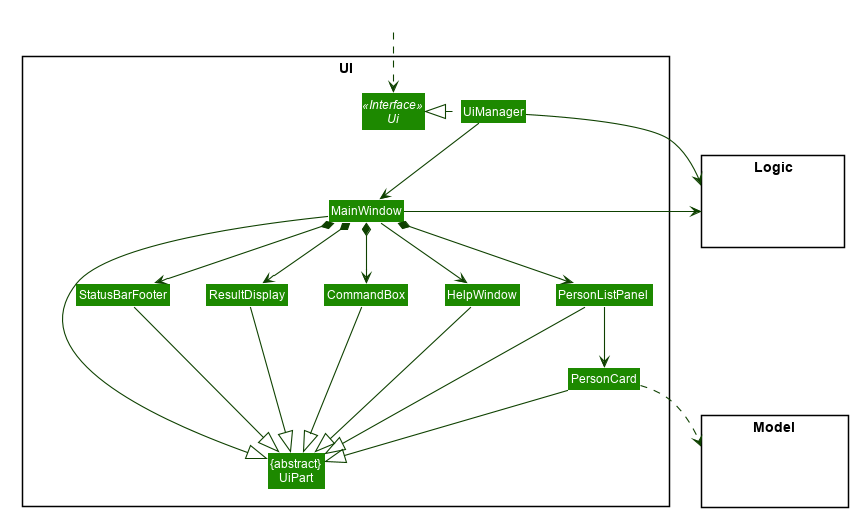
This is docs/images/UiClassDiagram.png from wyt-sonia/main, a PlantUML export, as it was before one commit.
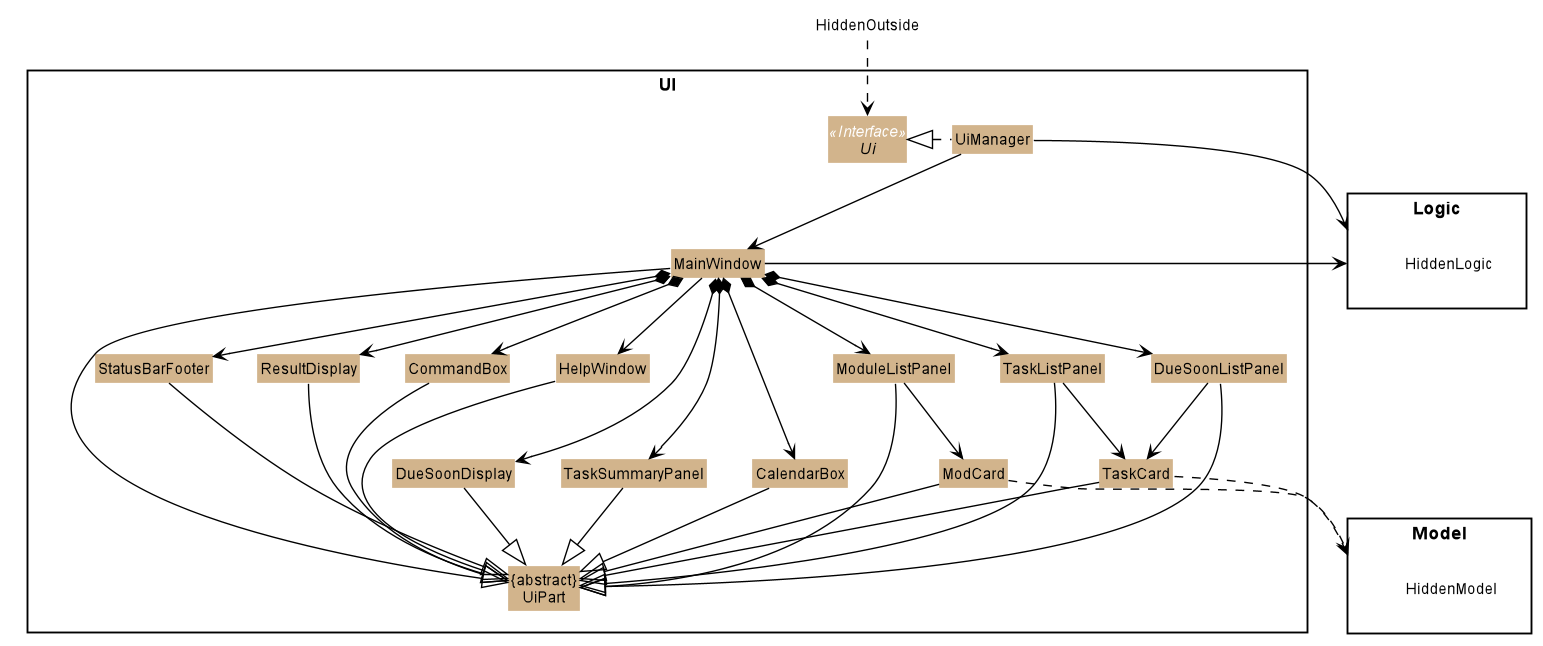
After the commit.

Change to the diagram source:
```diff
@@ -12,7 +12,7 @@
 skinparam Shadowing false
 
 skinparam Class {
-    FontColor #FFFFFF
+    FontColor #000000
     BorderThickness 1
     BorderColor #FFFFFF
     StereotypeFontColor #FFFFFF
@@ -29,12 +29,12 @@
     MessageAlign center
     BoxFontSize 15
     BoxPadding 0
-    BoxFontColor #FFFFFF
+    BoxFontColor #000000
     FontName Arial
 }
 
 skinparam Participant {
-    FontColor #FFFFFFF
+    FontColor #000000
     Padding 20
 }
 
@@ -48,8 +48,8 @@
 hide members
 hide circle
 skinparam arrowThickness 1.1
-skinparam arrowColor #0E4100
-skinparam classBackgroundColor #1D8900
+skinparam arrowColor #000000
+skinparam classBackgroundColor #D2B48C
 
 package UI <<Rectangle>>{
 Interface Ui <<Interface>>
@@ -57,11 +57,17 @@
 Class UiManager
 Class MainWindow
 Class HelpWindow
+Class ModCard
+Class TaskCard
 Class ResultDisplay
-Class PersonListPanel
-Class PersonCard
+Class DueSoonDisplay
+Class TaskSummaryPanel
+Class DueSoonListPanel
+Class ModuleListPanel
+Class TaskListPanel
+Class CalendarBox
+Class CommandBox
 Class StatusBarFooter
-Class CommandBox
 }
 
 package Model <<Rectangle>> {
@@ -79,26 +85,41 @@
 UiManager -down-> MainWindow
 MainWindow --> HelpWindow
 MainWindow *-down-> CommandBox
+MainWindow *-down-> TaskSummaryPanel
+MainWindow *-down-> DueSoonListPanel
+MainWindow *-down-> CalendarBox
+MainWindow *-down-> ModuleListPanel
 MainWindow *-down-> ResultDisplay
-MainWindow *-down-> PersonListPanel
+MainWindow *-down-> TaskListPanel
 MainWindow *-down-> StatusBarFooter
+MainWindow *-down-> DueSoonDisplay
 
-PersonListPanel -down-> PersonCard
+TaskListPanel -down-> TaskCard
+DueSoonListPanel -down-> TaskCard
+ModuleListPanel -down-> ModCard
+
 
 MainWindow -left-|> UiPart
 
 ResultDisplay --|> UiPart
+DueSoonDisplay --|> UiPart
+TaskSummaryPanel --|> UiPart
+ModuleListPanel --|> UiPart
+CalendarBox --|> UiPart
+DueSoonListPanel --|> UiPart
 CommandBox --|> UiPart
-PersonListPanel --|> UiPart
-PersonCard --|> UiPart
+TaskListPanel --|> UiPart
+TaskCard --|> UiPart
+ModCard --|> UiPart
 StatusBarFooter --|> UiPart
 HelpWindow -down-|> UiPart
 
-PersonCard ..> Model
+TaskCard ..> Model
+ModCard ..> Model
 UiManager -right-> Logic
 MainWindow -left-> Logic
 
-PersonListPanel -[hidden]left- HelpWindow
+TaskListPanel -[hidden]left- HelpWindow
 HelpWindow -[hidden]left- CommandBox
 CommandBox -[hidden]left- ResultDisplay
 ResultDisplay -[hidden]left- StatusBarFooter
```
